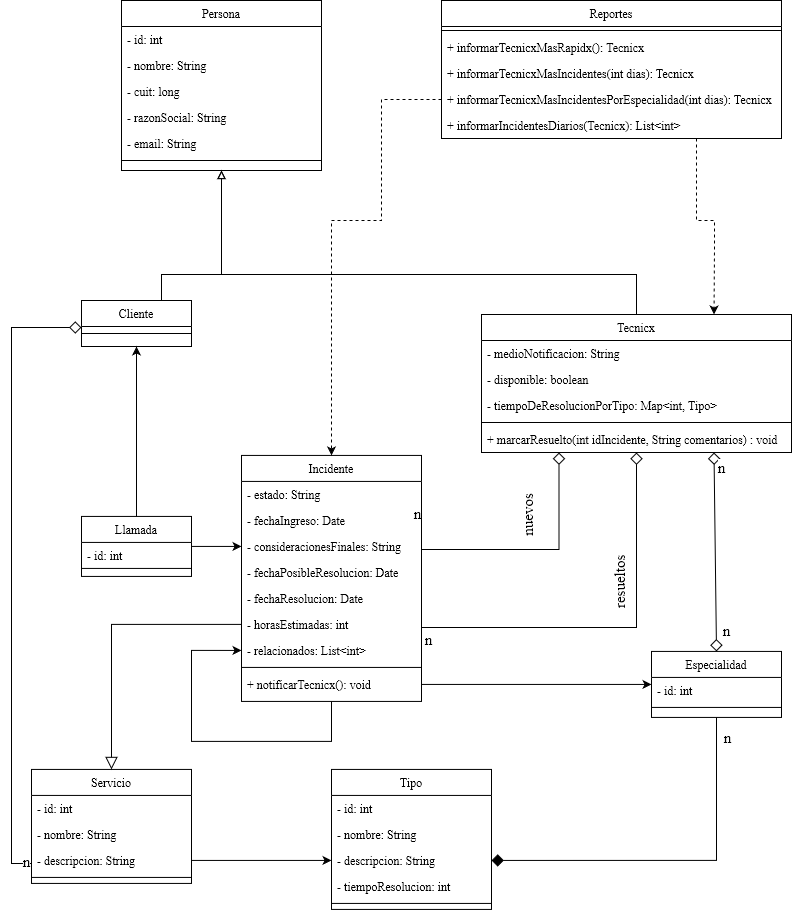
Above: modelo/TP-integrador.drawio.png in JulyAnAr88/JAVArgProg-TpIntegrador (draw.io), before the change. Source tidied: cells renumbered, new cells last; positions are measured from the earlier drawing's top-left corner, leaving out a move shared by most shapes.
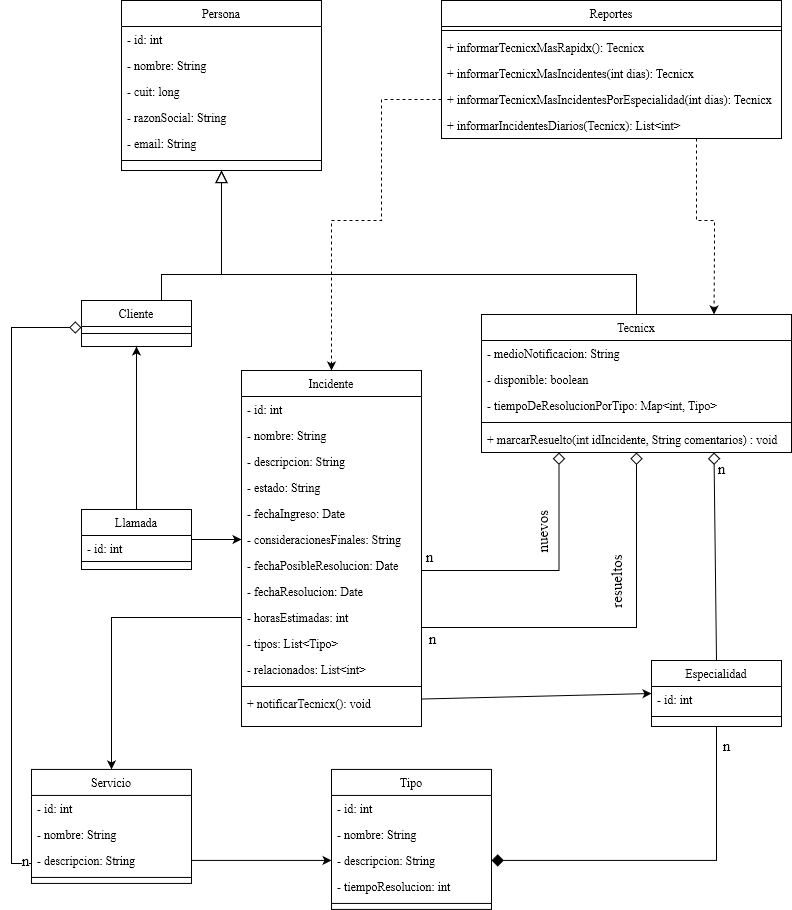
The same file after the commit.

Diff of the diagram source:
```diff
@@ -2,7 +2,7 @@
   <root>
     <mxCell id="0" />
     <mxCell id="1" parent="0" />
-    <mxCell id="2" style="edgeStyle=orthogonalEdgeStyle;rounded=0;jettySize=auto;html=1;entryX=0.5;entryY=1;entryDx=0;entryDy=0;endArrow=block;endFill=0;exitX=0.5;exitY=0;exitDx=0;exitDy=0;" parent="1" edge="1" source="5" target="42">
+    <mxCell id="2" style="edgeStyle=orthogonalEdgeStyle;rounded=0;jettySize=auto;html=1;entryX=0.5;entryY=1;entryDx=0;entryDy=0;endArrow=block;endFill=0;exitX=0.5;exitY=0;exitDx=0;exitDy=0;strokeWidth=1;endSize=10;" parent="1" edge="1" source="5" target="42">
       <mxGeometry relative="1" as="geometry">
         <Array as="points">
           <mxPoint x="150" y="274" />
@@ -29,14 +29,9 @@
     <mxCell id="6" style="line;html=1;strokeWidth=1;align=left;verticalAlign=middle;spacingTop=-1;spacingLeft=3;spacingRight=3;labelPosition=right;" parent="5" vertex="1">
       <mxGeometry y="26" width="110" height="14" as="geometry" />
     </mxCell>
-    <mxCell id="7" style="rounded=0;jettySize=auto;html=1;endArrow=diamond;endFill=0;endSize=10;startArrow=diamond;startFill=0;startSize=10;entryX=0.75;entryY=1;entryDx=0;entryDy=0;exitX=0.5;exitY=0;exitDx=0;exitDy=0;" parent="1" edge="1" source="12" target="36">
+    <mxCell id="7" style="rounded=0;jettySize=auto;html=1;endArrow=diamond;endFill=0;endSize=10;startArrow=none;startFill=0;startSize=10;entryX=0.75;entryY=1;entryDx=0;entryDy=0;exitX=0.5;exitY=0;exitDx=0;exitDy=0;" parent="1" edge="1" source="12" target="36">
       <mxGeometry relative="1" as="geometry" />
     </mxCell>
-    <mxCell id="8" value="n" style="edgeLabel;html=1;align=center;verticalAlign=middle;fontSize=15;" parent="7" vertex="1">
-      <mxGeometry x="-0.79" y="-2" relative="1" as="geometry">
-        <mxPoint x="8" as="offset" />
-      </mxGeometry>
-    </mxCell>
     <mxCell id="9" value="n" style="edgeLabel;html=1;align=center;verticalAlign=middle;fontSize=15;" parent="7" vertex="1">
       <mxGeometry x="0.85" y="-3" relative="1" as="geometry">
         <mxPoint x="4" as="offset" />
@@ -51,7 +46,7 @@
       </mxGeometry>
     </mxCell>
     <mxCell id="12" value="Especialidad" style="swimlane;fontStyle=0;align=center;verticalAlign=top;horizontal=1;startSize=26;rounded=0;shadow=0;strokeWidth=1;" parent="1" vertex="1">
-      <mxGeometry x="640" y="650.9" width="130" height="66" as="geometry" />
+      <mxGeometry x="640" y="660" width="130" height="66" as="geometry" />
     </mxCell>
     <mxCell id="13" value="- id: int" style="text;align=left;verticalAlign=top;spacingLeft=4;spacingRight=4;overflow=hidden;" parent="12" vertex="1">
       <mxGeometry y="26" width="130" height="26" as="geometry" />
@@ -59,10 +54,11 @@
     <mxCell id="14" style="line;html=1;strokeWidth=1;align=left;verticalAlign=middle;spacingTop=-1;spacingLeft=3;spacingRight=3;labelPosition=right;" parent="12" vertex="1">
       <mxGeometry y="52" width="130" height="8" as="geometry" />
     </mxCell>
-    <mxCell id="15" style="edgeStyle=orthogonalEdgeStyle;rounded=0;jettySize=auto;html=1;entryX=0.25;entryY=1;entryDx=0;entryDy=0;endSize=10;endArrow=diamond;endFill=0;exitX=1;exitY=0.5;exitDx=0;exitDy=0;" parent="1" edge="1" source="23" target="36">
+    <mxCell id="15" style="edgeStyle=orthogonalEdgeStyle;rounded=0;jettySize=auto;html=1;entryX=0.25;entryY=1;entryDx=0;entryDy=0;endSize=10;endArrow=diamond;endFill=0;exitX=1;exitY=0.5;exitDx=0;exitDy=0;" parent="1" edge="1" source="25" target="36">
       <mxGeometry relative="1" as="geometry">
         <Array as="points">
-          <mxPoint x="548" y="549" />
+          <mxPoint x="410" y="570" />
+          <mxPoint x="548" y="570" />
         </Array>
       </mxGeometry>
     </mxCell>
@@ -90,50 +86,53 @@
     </mxCell>
     <mxCell id="20" value="&lt;font style=&quot;font-size: 15px;&quot;&gt;n&lt;/font&gt;" style="edgeLabel;html=1;align=center;verticalAlign=middle;" parent="18" vertex="1">
       <mxGeometry x="-0.83" relative="1" as="geometry">
-        <mxPoint y="11" as="offset" />
+        <mxPoint x="10" y="11" as="offset" />
       </mxGeometry>
     </mxCell>
     <mxCell id="21" value="Incidente" style="swimlane;fontStyle=0;align=center;verticalAlign=top;horizontal=1;startSize=26;rounded=0;shadow=0;strokeWidth=1;" parent="1" vertex="1">
-      <mxGeometry x="230" y="454.9" width="180" height="246" as="geometry" />
+      <mxGeometry x="230" y="370" width="180" height="356" as="geometry" />
     </mxCell>
+    <mxCell id="73" value="- id: int" style="text;align=left;verticalAlign=top;spacingLeft=4;spacingRight=4;overflow=hidden;" parent="21" vertex="1">
+      <mxGeometry y="26" width="180" height="26" as="geometry" />
+    </mxCell>
-    <mxCell id="22" value="- estado: String" style="text;align=left;verticalAlign=top;spacingLeft=4;spacingRight=4;overflow=hidden;" parent="21" vertex="1">
-      <mxGeometry y="26" width="180" height="26" as="geometry" />
+    <mxCell id="22" value="- nombre: String" style="text;align=left;verticalAlign=top;spacingLeft=4;spacingRight=4;overflow=hidden;" parent="21" vertex="1">
+      <mxGeometry y="52" width="180" height="26" as="geometry" />
     </mxCell>
+    <mxCell id="74" value="- descripcion: String" style="text;align=left;verticalAlign=top;spacingLeft=4;spacingRight=4;overflow=hidden;" parent="21" vertex="1">
+      <mxGeometry y="78" width="180" height="26" as="geometry" />
+    </mxCell>
+    <mxCell id="75" value="- estado: String" style="text;align=left;verticalAlign=top;spacingLeft=4;spacingRight=4;overflow=hidden;" parent="21" vertex="1">
+      <mxGeometry y="104" width="180" height="26" as="geometry" />
+    </mxCell>
     <mxCell id="23" value="- fechaIngreso: Date" style="text;align=left;verticalAlign=top;spacingLeft=4;spacingRight=4;overflow=hidden;points=[[0,0.5],[1,0.5]];portConstraint=eastwest;" parent="21" vertex="1">
-      <mxGeometry y="52" width="180" height="26" as="geometry" />
+      <mxGeometry y="130" width="180" height="26" as="geometry" />
     </mxCell>
     <mxCell id="24" value="- consideracionesFinales: String" style="text;align=left;verticalAlign=top;spacingLeft=4;spacingRight=4;overflow=hidden;points=[[0,0.5],[1,0.5]];portConstraint=eastwest;" parent="21" vertex="1">
-      <mxGeometry y="78" width="180" height="26" as="geometry" />
+      <mxGeometry y="156" width="180" height="26" as="geometry" />
     </mxCell>
     <mxCell id="25" value="- fechaPosibleResolucion: Date" style="text;align=left;verticalAlign=top;spacingLeft=4;spacingRight=4;overflow=hidden;points=[[0,0.5],[1,0.5]];portConstraint=eastwest;" parent="21" vertex="1">
-      <mxGeometry y="104" width="180" height="26" as="geometry" />
+      <mxGeometry y="182" width="180" height="26" as="geometry" />
     </mxCell>
     <mxCell id="26" value="- fechaResolucion: Date" style="text;align=left;verticalAlign=top;spacingLeft=4;spacingRight=4;overflow=hidden;points=[[0,0.5],[1,0.5]];portConstraint=eastwest;" parent="21" vertex="1">
-      <mxGeometry y="130" width="180" height="26" as="geometry" />
+      <mxGeometry y="208" width="180" height="26" as="geometry" />
     </mxCell>
     <mxCell id="27" value="- horasEstimadas: int" style="text;align=left;verticalAlign=top;spacingLeft=4;spacingRight=4;overflow=hidden;points=[[0,0.5],[1,0.5]];portConstraint=eastwest;" parent="21" vertex="1">
-      <mxGeometry y="156" width="180" height="26" as="geometry" />
+      <mxGeometry y="234" width="180" height="26" as="geometry" />
     </mxCell>
+    <mxCell id="76" value="- tipos: List&lt;Tipo&gt;" style="text;align=left;verticalAlign=top;spacingLeft=4;spacingRight=4;overflow=hidden;" parent="21" vertex="1">
+      <mxGeometry y="260" width="180" height="26" as="geometry" />
+    </mxCell>
     <mxCell id="28" value="- relacionados: List&lt;int&gt;" style="text;align=left;verticalAlign=top;spacingLeft=4;spacingRight=4;overflow=hidden;points=[[0,0.5],[1,0.5]];portConstraint=eastwest;" parent="21" vertex="1">
-      <mxGeometry y="182" width="180" height="26" as="geometry" />
+      <mxGeometry y="286" width="180" height="26" as="geometry" />
     </mxCell>
     <mxCell id="29" style="line;html=1;strokeWidth=1;align=left;verticalAlign=middle;spacingTop=-1;spacingLeft=3;spacingRight=3;labelPosition=right;" parent="21" vertex="1">
-      <mxGeometry y="208" width="180" height="8" as="geometry" />
+      <mxGeometry y="312" width="180" height="8" as="geometry" />
     </mxCell>
     <mxCell id="30" value="+ notificarTecnicx(): void" style="text;align=left;verticalAlign=top;spacingLeft=4;spacingRight=4;overflow=hidden;points=[[0,0.5],[1,0.5]];portConstraint=eastwest;" parent="21" vertex="1">
-      <mxGeometry y="216" width="180" height="26" as="geometry" />
+      <mxGeometry y="320" width="180" height="26" as="geometry" />
     </mxCell>
-    <mxCell id="31" style="edgeStyle=orthogonalEdgeStyle;rounded=0;jettySize=auto;html=1;entryX=0;entryY=0.5;entryDx=0;entryDy=0;" parent="21" edge="1" source="21" target="28">
-      <mxGeometry relative="1" as="geometry">
-        <Array as="points">
-          <mxPoint x="90" y="286" />
-          <mxPoint x="-50" y="286" />
-          <mxPoint x="-50" y="195" />
-        </Array>
-      </mxGeometry>
-    </mxCell>
     <mxCell id="32" value="Llamada" style="swimlane;fontStyle=0;align=center;verticalAlign=top;horizontal=1;startSize=26;rounded=0;shadow=0;strokeWidth=1;" parent="1" vertex="1">
-      <mxGeometry x="70" y="515.9" width="110" height="60" as="geometry" />
+      <mxGeometry x="70" y="509" width="110" height="60" as="geometry" />
     </mxCell>
     <mxCell id="33" value="- id: int" style="text;align=left;verticalAlign=top;spacingLeft=4;spacingRight=4;overflow=hidden;rounded=0;shadow=0;html=0;" parent="32" vertex="1">
       <mxGeometry y="26" width="110" height="22" as="geometry" />
@@ -141,7 +140,7 @@
     <mxCell id="34" style="line;html=1;strokeWidth=1;align=left;verticalAlign=middle;spacingTop=-1;spacingLeft=3;spacingRight=3;labelPosition=right;" parent="32" vertex="1">
       <mxGeometry y="48" width="110" height="8" as="geometry" />
     </mxCell>
-    <mxCell id="35" style="edgeStyle=orthogonalEdgeStyle;rounded=0;jettySize=auto;html=1;endArrow=block;endFill=0;entryX=0.5;entryY=1;entryDx=0;entryDy=0;exitX=0.5;exitY=0;exitDx=0;exitDy=0;" parent="1" edge="1" source="36" target="42">
+    <mxCell id="35" style="edgeStyle=orthogonalEdgeStyle;rounded=0;jettySize=auto;html=1;endArrow=block;endFill=0;entryX=0.5;entryY=1;entryDx=0;entryDy=0;exitX=0.5;exitY=0;exitDx=0;exitDy=0;endSize=10;" parent="1" edge="1" source="36" target="42">
       <mxGeometry relative="1" as="geometry">
         <Array as="points">
           <mxPoint x="625" y="304" />
@@ -269,10 +268,10 @@
     <mxCell id="69" style="rounded=0;jettySize=auto;html=1;entryX=0;entryY=0.5;entryDx=0;entryDy=0;exitX=1;exitY=0.5;exitDx=0;exitDy=0;" parent="1" edge="1" source="32" target="24">
       <mxGeometry relative="1" as="geometry" />
     </mxCell>
-    <mxCell id="70" style="rounded=0;jettySize=auto;html=1;entryX=0;entryY=0.5;entryDx=0;entryDy=0;exitX=1;exitY=0.5;exitDx=0;exitDy=0;" parent="1" edge="1" source="30" target="12">
+    <mxCell id="70" style="rounded=0;jettySize=auto;html=1;entryX=0;entryY=0.5;entryDx=0;entryDy=0;exitX=1.001;exitY=0.328;exitDx=0;exitDy=0;exitPerimeter=0;" parent="1" edge="1" source="30" target="12">
       <mxGeometry relative="1" as="geometry" />
     </mxCell>
-    <mxCell id="71" style="edgeStyle=orthogonalEdgeStyle;rounded=0;jettySize=auto;html=1;startArrow=none;startFill=0;endArrow=block;endFill=0;startSize=10;endSize=10;" parent="1" edge="1" source="27" target="49">
+    <mxCell id="71" style="edgeStyle=orthogonalEdgeStyle;rounded=0;jettySize=auto;html=1;startArrow=none;startFill=0;endArrow=classic;endFill=1;startSize=10;endSize=6;" parent="1" edge="1" source="27" target="49">
       <mxGeometry relative="1" as="geometry" />
     </mxCell>
     <mxCell id="72" style="edgeStyle=orthogonalEdgeStyle;rounded=0;jettySize=auto;html=1;exitX=1;exitY=0.5;exitDx=0;exitDy=0;entryX=0;entryY=0.5;entryDx=0;entryDy=0;" parent="1" edge="1" source="52" target="65">
```
